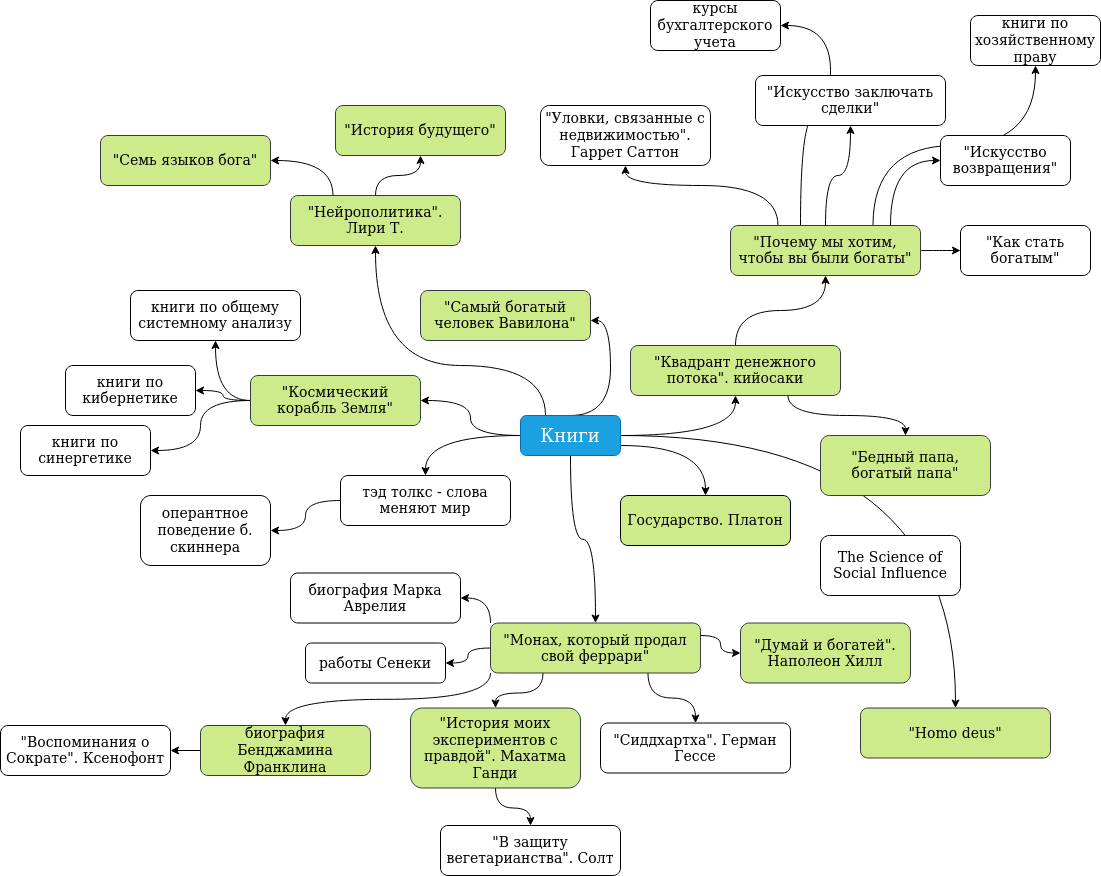
This is books.png from Sagleft/book-mindmaps, a draw.io export, as it was before one commit. Source tidied: cells renumbered, new cells last; positions are measured from the earlier drawing's top-left corner, leaving out a move shared by most shapes.
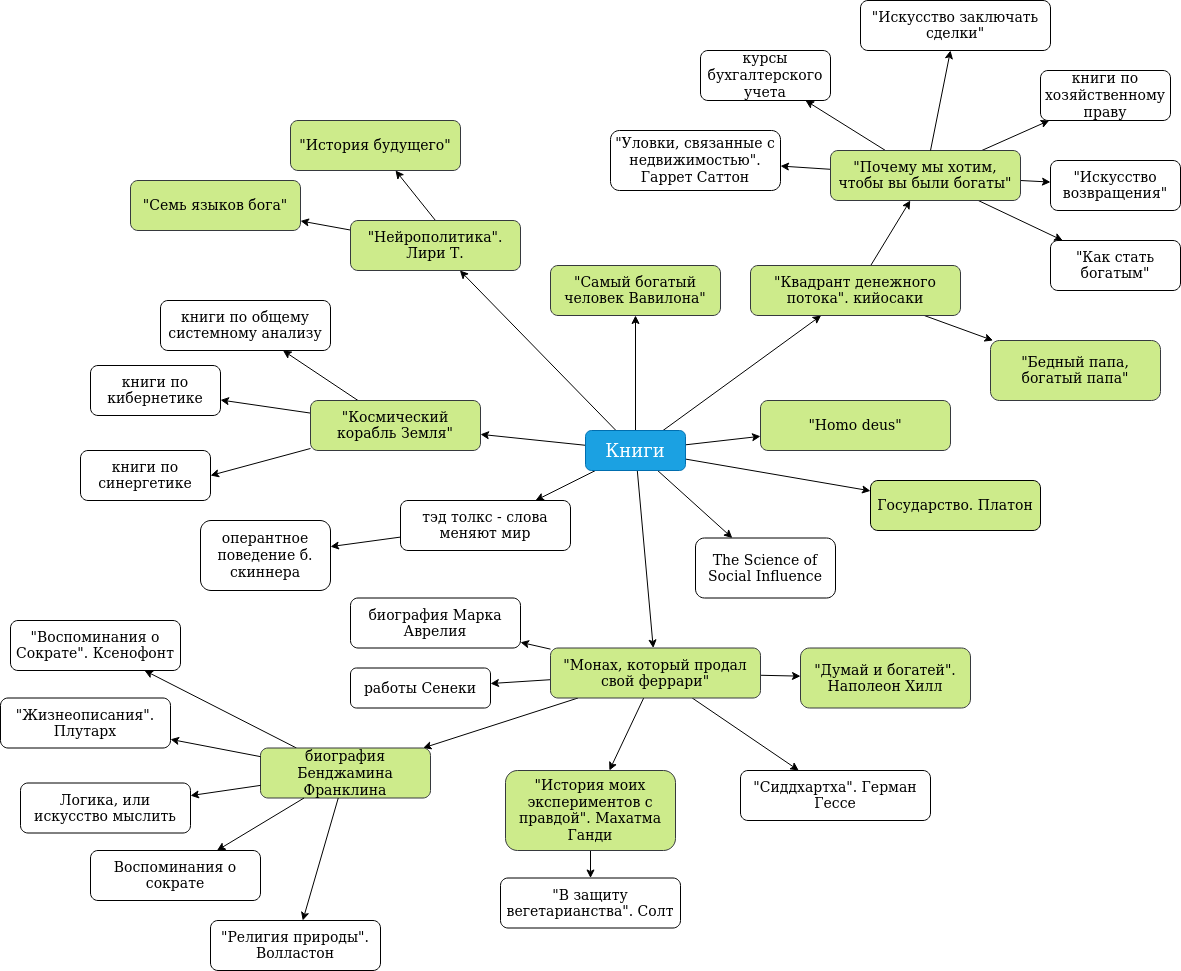
The same file after the commit.

What changed in the source:
```diff
@@ -4,46 +4,39 @@
     <mxCell id="1" parent="0" />
-    <mxCell id="2" style="edgeStyle=orthogonalEdgeStyle;curved=1;rounded=0;jettySize=auto;html=1;fontSize=18;" parent="1" edge="1" source="11" target="14">
+    <mxCell id="2" style="rounded=0;jettySize=auto;html=1;fontSize=18;" parent="1" edge="1" source="11" target="14">
       <mxGeometry relative="1" as="geometry" />
     </mxCell>
-    <mxCell id="3" style="edgeStyle=orthogonalEdgeStyle;curved=1;rounded=0;jettySize=auto;html=1;fontSize=14;" parent="1" edge="1" source="11" target="27">
+    <mxCell id="3" style="rounded=0;jettySize=auto;html=1;fontSize=14;" parent="1" edge="1" source="11" target="27">
       <mxGeometry relative="1" as="geometry" />
     </mxCell>
-    <mxCell id="4" style="edgeStyle=orthogonalEdgeStyle;curved=1;rounded=0;jettySize=auto;html=1;exitX=0.5;exitY=0;exitDx=0;exitDy=0;fontSize=14;" parent="1" edge="1" source="11" target="28">
-      <mxGeometry relative="1" as="geometry">
-        <Array as="points">
-          <mxPoint x="610" y="415" />
-          <mxPoint x="610" y="320" />
-        </Array>
-      </mxGeometry>
+    <mxCell id="4" style="rounded=0;jettySize=auto;html=1;fontSize=14;" parent="1" edge="1" source="11" target="28">
+      <mxGeometry relative="1" as="geometry" />
     </mxCell>
-    <mxCell id="5" style="edgeStyle=orthogonalEdgeStyle;jettySize=auto;html=1;curved=1;" parent="1" edge="1" source="11" target="39">
+    <mxCell id="5" style="jettySize=auto;html=1;" parent="1" edge="1" source="11" target="39">
       <mxGeometry relative="1" as="geometry" />
     </mxCell>
-    <mxCell id="6" style="edgeStyle=orthogonalEdgeStyle;jettySize=auto;html=1;exitX=0;exitY=0.5;exitDx=0;exitDy=0;curved=1;" parent="1" edge="1" source="11" target="48">
+    <mxCell id="6" style="jettySize=auto;html=1;" parent="1" edge="1" source="11" target="48">
       <mxGeometry relative="1" as="geometry" />
     </mxCell>
-    <mxCell id="7" style="edgeStyle=orthogonalEdgeStyle;curved=1;jettySize=auto;html=1;exitX=0.25;exitY=0;exitDx=0;exitDy=0;" parent="1" edge="1" source="11" target="56">
-      <mxGeometry relative="1" as="geometry">
-        <Array as="points">
-          <mxPoint x="545" y="365" />
-          <mxPoint x="375" y="365" />
-        </Array>
-      </mxGeometry>
+    <mxCell id="7" style="jettySize=auto;html=1;" parent="1" edge="1" source="11" target="56">
+      <mxGeometry relative="1" as="geometry" />
     </mxCell>
-    <mxCell id="8" style="edgeStyle=orthogonalEdgeStyle;jettySize=auto;html=1;curved=1;" parent="1" edge="1" source="11" target="60">
+    <mxCell id="8" style="jettySize=auto;html=1;" parent="1" edge="1" source="11" target="60">
       <mxGeometry relative="1" as="geometry" />
     </mxCell>
-    <mxCell id="9" style="edgeStyle=orthogonalEdgeStyle;jettySize=auto;html=1;curved=1;" parent="1" edge="1" source="60" target="61">
+    <mxCell id="9" style="jettySize=auto;html=1;" parent="1" edge="1" source="60" target="61">
       <mxGeometry relative="1" as="geometry" />
     </mxCell>
-    <mxCell id="10" style="edgeStyle=orthogonalEdgeStyle;curved=1;jettySize=auto;html=1;exitX=1;exitY=0.75;exitDx=0;exitDy=0;" parent="1" edge="1" source="11" target="62">
+    <mxCell id="10" style="jettySize=auto;html=1;" parent="1" edge="1" source="11" target="62">
       <mxGeometry relative="1" as="geometry" />
     </mxCell>
+    <mxCell id="64" style="edgeStyle=none;rounded=0;jettySize=auto;html=1;" parent="1" edge="1" source="11" target="63">
+      <mxGeometry relative="1" as="geometry" />
+    </mxCell>
     <mxCell id="11" value="Книги" style="whiteSpace=wrap;html=1;fontSize=18;rounded=1;fillColor=#1ba1e2;strokeColor=#006EAF;fontColor=#ffffff;" parent="1" vertex="1">
-      <mxGeometry x="520" y="415" width="100" height="40" as="geometry" />
+      <mxGeometry x="525" y="405" width="100" height="40" as="geometry" />
     </mxCell>
-    <mxCell id="12" style="edgeStyle=orthogonalEdgeStyle;curved=1;rounded=0;jettySize=auto;html=1;exitX=0.5;exitY=0;exitDx=0;exitDy=0;fontSize=14;" parent="1" edge="1" source="14" target="20">
+    <mxCell id="12" style="rounded=0;jettySize=auto;html=1;fontSize=14;" parent="1" edge="1" source="14" target="20">
       <mxGeometry relative="1" as="geometry" />
     </mxCell>
-    <mxCell id="13" style="edgeStyle=orthogonalEdgeStyle;curved=1;jettySize=auto;html=1;exitX=0.75;exitY=1;exitDx=0;exitDy=0;" parent="1" edge="1" source="14" target="33">
+    <mxCell id="13" style="jettySize=auto;html=1;" parent="1" edge="1" source="14" target="33">
       <mxGeometry relative="1" as="geometry" />
@@ -51,32 +44,17 @@
     <mxCell id="14" value="&quot;Квадрант денежного потока&quot;. кийосаки" style="whiteSpace=wrap;html=1;fontSize=14;rounded=1;fillColor=#cdeb8b;strokeColor=#36393d;" parent="1" vertex="1">
-      <mxGeometry x="630" y="345" width="210" height="50" as="geometry" />
+      <mxGeometry x="690" y="240" width="210" height="50" as="geometry" />
     </mxCell>
-    <mxCell id="15" style="edgeStyle=orthogonalEdgeStyle;curved=1;jettySize=auto;html=1;" parent="1" edge="1" source="20" target="29">
-      <mxGeometry relative="1" as="geometry">
-        <Array as="points">
-          <mxPoint x="890" y="160" />
-        </Array>
-      </mxGeometry>
+    <mxCell id="15" style="jettySize=auto;html=1;" parent="1" edge="1" source="20" target="29">
+      <mxGeometry relative="1" as="geometry" />
     </mxCell>
-    <mxCell id="16" style="edgeStyle=orthogonalEdgeStyle;curved=1;jettySize=auto;html=1;exitX=1;exitY=0.5;exitDx=0;exitDy=0;" parent="1" edge="1" source="20" target="30">
+    <mxCell id="16" style="jettySize=auto;html=1;" parent="1" edge="1" source="20" target="30">
       <mxGeometry relative="1" as="geometry" />
     </mxCell>
-    <mxCell id="17" style="edgeStyle=orthogonalEdgeStyle;curved=1;jettySize=auto;html=1;exitX=0.25;exitY=0;exitDx=0;exitDy=0;" parent="1" edge="1" source="20" target="31">
-      <mxGeometry relative="1" as="geometry">
-        <Array as="points">
-          <mxPoint x="778" y="185" />
-          <mxPoint x="625" y="185" />
-        </Array>
-      </mxGeometry>
+    <mxCell id="17" style="jettySize=auto;html=1;" parent="1" edge="1" source="20" target="31">
+      <mxGeometry relative="1" as="geometry" />
     </mxCell>
-    <mxCell id="18" style="edgeStyle=orthogonalEdgeStyle;jettySize=auto;html=1;curved=1;" parent="1" edge="1" source="20" target="41">
-      <mxGeometry relative="1" as="geometry">
-        <Array as="points">
-          <mxPoint x="800" y="115" />
-          <mxPoint x="830" y="115" />
-          <mxPoint x="830" y="25" />
-        </Array>
-      </mxGeometry>
+    <mxCell id="18" style="jettySize=auto;html=1;" parent="1" edge="1" source="20" target="41">
+      <mxGeometry relative="1" as="geometry" />
     </mxCell>
-    <mxCell id="19" style="edgeStyle=orthogonalEdgeStyle;curved=1;jettySize=auto;html=1;exitX=0.75;exitY=0;exitDx=0;exitDy=0;" parent="1" edge="1" source="20" target="40">
+    <mxCell id="19" style="jettySize=auto;html=1;" parent="1" edge="1" source="20" target="40">
       <mxGeometry relative="1" as="geometry" />
@@ -84,20 +62,20 @@
     <mxCell id="20" value="&quot;Почему мы хотим, чтобы вы были богаты&quot;" style="whiteSpace=wrap;html=1;fontSize=14;rounded=1;fillColor=#cdeb8b;strokeColor=#36393d;" parent="1" vertex="1">
-      <mxGeometry x="730" y="225" width="190" height="50" as="geometry" />
+      <mxGeometry x="770" y="125" width="190" height="50" as="geometry" />
     </mxCell>
-    <mxCell id="21" style="edgeStyle=orthogonalEdgeStyle;jettySize=auto;html=1;exitX=0;exitY=0;exitDx=0;exitDy=0;curved=1;" parent="1" edge="1" source="27" target="37">
+    <mxCell id="21" style="jettySize=auto;html=1;" parent="1" edge="1" source="27" target="37">
       <mxGeometry relative="1" as="geometry" />
     </mxCell>
-    <mxCell id="22" style="edgeStyle=orthogonalEdgeStyle;curved=1;jettySize=auto;html=1;exitX=0;exitY=0.5;exitDx=0;exitDy=0;" parent="1" edge="1" source="27" target="38">
+    <mxCell id="22" style="jettySize=auto;html=1;" parent="1" edge="1" source="27" target="38">
       <mxGeometry relative="1" as="geometry" />
     </mxCell>
-    <mxCell id="23" style="edgeStyle=orthogonalEdgeStyle;curved=1;jettySize=auto;html=1;exitX=0.25;exitY=1;exitDx=0;exitDy=0;" parent="1" edge="1" source="27" target="36">
+    <mxCell id="23" style="jettySize=auto;html=1;" parent="1" edge="1" source="27" target="36">
       <mxGeometry relative="1" as="geometry" />
     </mxCell>
-    <mxCell id="24" style="edgeStyle=orthogonalEdgeStyle;curved=1;jettySize=auto;html=1;exitX=0.75;exitY=1;exitDx=0;exitDy=0;" parent="1" edge="1" source="27" target="34">
+    <mxCell id="24" style="jettySize=auto;html=1;" parent="1" edge="1" source="27" target="34">
       <mxGeometry relative="1" as="geometry" />
     </mxCell>
-    <mxCell id="25" style="edgeStyle=orthogonalEdgeStyle;jettySize=auto;html=1;exitX=1;exitY=0.25;exitDx=0;exitDy=0;curved=1;" parent="1" edge="1" source="27" target="32">
+    <mxCell id="25" style="jettySize=auto;html=1;" parent="1" edge="1" source="27" target="32">
       <mxGeometry relative="1" as="geometry" />
     </mxCell>
-    <mxCell id="26" style="edgeStyle=orthogonalEdgeStyle;curved=1;jettySize=auto;html=1;exitX=0;exitY=1;exitDx=0;exitDy=0;" parent="1" edge="1" source="27" target="51">
+    <mxCell id="26" style="jettySize=auto;html=1;" parent="1" edge="1" source="27" target="51">
       <mxGeometry relative="1" as="geometry" />
@@ -108,12 +86,12 @@
     <mxCell id="28" value="&quot;Самый богатый человек Вавилона&quot;" style="whiteSpace=wrap;html=1;fontSize=14;rounded=1;fillColor=#cdeb8b;strokeColor=#36393d;" parent="1" vertex="1">
-      <mxGeometry x="420" y="290" width="170" height="50" as="geometry" />
+      <mxGeometry x="490" y="240" width="170" height="50" as="geometry" />
     </mxCell>
     <mxCell id="29" value="&quot;Искусство возвращения&quot;" style="whiteSpace=wrap;html=1;fontSize=14;rounded=1;" parent="1" vertex="1">
-      <mxGeometry x="940" y="135" width="130" height="50" as="geometry" />
+      <mxGeometry x="990" y="135" width="130" height="50" as="geometry" />
     </mxCell>
     <mxCell id="30" value="&quot;Как стать богатым&quot;" style="whiteSpace=wrap;html=1;fontSize=14;rounded=1;" parent="1" vertex="1">
-      <mxGeometry x="960" y="225" width="130" height="50" as="geometry" />
+      <mxGeometry x="990" y="215" width="130" height="50" as="geometry" />
     </mxCell>
     <mxCell id="31" value="&quot;Уловки, связанные с недвижимостью&quot;. Гаррет Саттон" style="whiteSpace=wrap;html=1;fontSize=14;rounded=1;" parent="1" vertex="1">
-      <mxGeometry x="540" y="105" width="170" height="60" as="geometry" />
+      <mxGeometry x="550" y="105" width="170" height="60" as="geometry" />
     </mxCell>
@@ -123,8 +101,8 @@
     <mxCell id="33" value="&quot;Бедный папа, богатый папа&quot;" style="whiteSpace=wrap;html=1;fontSize=14;rounded=1;fillColor=#cdeb8b;strokeColor=#36393d;" parent="1" vertex="1">
-      <mxGeometry x="820" y="435" width="170" height="60" as="geometry" />
+      <mxGeometry x="930" y="315" width="170" height="60" as="geometry" />
     </mxCell>
     <mxCell id="34" value="&quot;Сиддхартха&quot;. Герман Гессе" style="whiteSpace=wrap;html=1;fontSize=14;rounded=1;" parent="1" vertex="1">
-      <mxGeometry x="600" y="722.5" width="190" height="50" as="geometry" />
+      <mxGeometry x="680" y="745" width="190" height="50" as="geometry" />
     </mxCell>
-    <mxCell id="35" style="edgeStyle=orthogonalEdgeStyle;jettySize=auto;html=1;exitX=0.5;exitY=1;exitDx=0;exitDy=0;curved=1;" parent="1" edge="1" source="36" target="44">
+    <mxCell id="35" style="jettySize=auto;html=1;" parent="1" edge="1" source="36" target="44">
       <mxGeometry relative="1" as="geometry" />
@@ -132,3 +110,3 @@
     <mxCell id="36" value="&quot;История моих экспериментов с правдой&quot;. Махатма Ганди" style="whiteSpace=wrap;html=1;fontSize=14;rounded=1;fillColor=#cdeb8b;strokeColor=#36393d;" parent="1" vertex="1">
-      <mxGeometry x="410" y="707.5" width="170" height="80" as="geometry" />
+      <mxGeometry x="445" y="745" width="170" height="80" as="geometry" />
     </mxCell>
@@ -138,17 +116,17 @@
     <mxCell id="38" value="работы Сенеки" style="whiteSpace=wrap;html=1;fontSize=14;rounded=1;" parent="1" vertex="1">
-      <mxGeometry x="305" y="642.5" width="140" height="40" as="geometry" />
+      <mxGeometry x="290" y="642.5" width="140" height="40" as="geometry" />
     </mxCell>
     <mxCell id="39" value="&quot;Homo deus&quot;" style="whiteSpace=wrap;html=1;fontSize=14;rounded=1;fillColor=#cdeb8b;strokeColor=#36393d;" parent="1" vertex="1">
-      <mxGeometry x="860" y="707.5" width="190" height="50" as="geometry" />
+      <mxGeometry x="700" y="375" width="190" height="50" as="geometry" />
     </mxCell>
     <mxCell id="40" value="книги по хозяйственному праву" style="whiteSpace=wrap;html=1;fontSize=14;rounded=1;" parent="1" vertex="1">
-      <mxGeometry x="970" y="15" width="130" height="50" as="geometry" />
+      <mxGeometry x="980" y="45" width="130" height="50" as="geometry" />
     </mxCell>
     <mxCell id="41" value="курсы бухгалтерского учета" style="whiteSpace=wrap;html=1;fontSize=14;rounded=1;" parent="1" vertex="1">
-      <mxGeometry x="650" width="130" height="50" as="geometry" />
+      <mxGeometry x="640" y="25" width="130" height="50" as="geometry" />
     </mxCell>
     <mxCell id="42" value="&quot;Искусство заключать сделки&quot;" style="whiteSpace=wrap;html=1;fontSize=14;rounded=1;" parent="1" vertex="1">
-      <mxGeometry x="755" y="75" width="190" height="50" as="geometry" />
+      <mxGeometry x="800" y="-25" width="190" height="50" as="geometry" />
     </mxCell>
-    <mxCell id="43" style="edgeStyle=orthogonalEdgeStyle;jettySize=auto;html=1;exitX=0.5;exitY=0;exitDx=0;exitDy=0;curved=1;" parent="1" edge="1" source="20" target="42">
+    <mxCell id="43" style="jettySize=auto;html=1;" parent="1" edge="1" source="20" target="42">
       <mxGeometry relative="1" as="geometry" />
@@ -156,11 +134,11 @@
     <mxCell id="44" value="&quot;В защиту вегетарианства&quot;. Солт" style="whiteSpace=wrap;html=1;fontSize=14;rounded=1;" parent="1" vertex="1">
-      <mxGeometry x="440" y="825" width="180" height="50" as="geometry" />
+      <mxGeometry x="440" y="852.5" width="180" height="50" as="geometry" />
     </mxCell>
-    <mxCell id="45" style="edgeStyle=orthogonalEdgeStyle;curved=1;jettySize=auto;html=1;exitX=0;exitY=0.5;exitDx=0;exitDy=0;" parent="1" edge="1" source="48" target="49">
+    <mxCell id="45" style="jettySize=auto;html=1;" parent="1" edge="1" source="48" target="49">
       <mxGeometry relative="1" as="geometry" />
     </mxCell>
-    <mxCell id="46" style="edgeStyle=orthogonalEdgeStyle;curved=1;jettySize=auto;html=1;exitX=0;exitY=0.5;exitDx=0;exitDy=0;" parent="1" edge="1" source="48" target="52">
+    <mxCell id="46" style="jettySize=auto;html=1;" parent="1" edge="1" source="48" target="52">
       <mxGeometry relative="1" as="geometry" />
     </mxCell>
-    <mxCell id="47" style="edgeStyle=orthogonalEdgeStyle;curved=1;jettySize=auto;html=1;exitX=0;exitY=0.5;exitDx=0;exitDy=0;entryX=1;entryY=0.5;entryDx=0;entryDy=0;" parent="1" edge="1" source="48" target="53">
+    <mxCell id="47" style="jettySize=auto;html=1;entryX=1;entryY=0.5;entryDx=0;entryDy=0;" parent="1" edge="1" source="48" target="53">
       <mxGeometry relative="1" as="geometry" />
@@ -171,5 +149,5 @@
     <mxCell id="49" value="книги по общему системному анализу" style="whiteSpace=wrap;html=1;fontSize=14;rounded=1;" parent="1" vertex="1">
-      <mxGeometry x="130" y="290" width="170" height="50" as="geometry" />
+      <mxGeometry x="100" y="275" width="170" height="50" as="geometry" />
     </mxCell>
-    <mxCell id="50" style="edgeStyle=orthogonalEdgeStyle;rounded=0;jettySize=auto;html=1;exitX=0;exitY=0.5;exitDx=0;exitDy=0;" parent="1" edge="1" source="51" target="59">
+    <mxCell id="50" style="rounded=0;jettySize=auto;html=1;" parent="1" edge="1" source="51" target="59">
       <mxGeometry relative="1" as="geometry" />
@@ -177,6 +155,6 @@
     <mxCell id="51" value="биография Бенджамина Франклина" style="whiteSpace=wrap;html=1;fontSize=14;rounded=1;fillColor=#cdeb8b;strokeColor=#36393d;" parent="1" vertex="1">
-      <mxGeometry x="200" y="725" width="170" height="50" as="geometry" />
+      <mxGeometry x="200" y="722.5" width="170" height="50" as="geometry" />
     </mxCell>
     <mxCell id="52" value="книги по кибернетике" style="whiteSpace=wrap;html=1;fontSize=14;rounded=1;" parent="1" vertex="1">
-      <mxGeometry x="65" y="365" width="130" height="50" as="geometry" />
+      <mxGeometry x="30" y="340" width="130" height="50" as="geometry" />
     </mxCell>
@@ -185,6 +163,6 @@
     </mxCell>
-    <mxCell id="54" style="edgeStyle=orthogonalEdgeStyle;curved=1;jettySize=auto;html=1;exitX=0.5;exitY=0;exitDx=0;exitDy=0;" parent="1" edge="1" source="56" target="57">
+    <mxCell id="54" style="jettySize=auto;html=1;exitX=0.5;exitY=0;exitDx=0;exitDy=0;" parent="1" edge="1" source="56" target="57">
       <mxGeometry relative="1" as="geometry" />
     </mxCell>
-    <mxCell id="55" style="edgeStyle=orthogonalEdgeStyle;curved=1;jettySize=auto;html=1;exitX=0.25;exitY=0;exitDx=0;exitDy=0;entryX=1;entryY=0.5;entryDx=0;entryDy=0;" parent="1" edge="1" source="56" target="58">
+    <mxCell id="55" style="jettySize=auto;html=1;" parent="1" edge="1" source="56" target="58">
       <mxGeometry relative="1" as="geometry" />
@@ -195,9 +173,9 @@
     <mxCell id="57" value="&quot;История будущего&quot;" style="whiteSpace=wrap;html=1;fontSize=14;rounded=1;fillColor=#cdeb8b;strokeColor=#36393d;" parent="1" vertex="1">
-      <mxGeometry x="335" y="105" width="170" height="50" as="geometry" />
+      <mxGeometry x="230" y="95" width="170" height="50" as="geometry" />
     </mxCell>
     <mxCell id="58" value="&quot;Семь языков бога&quot;" style="whiteSpace=wrap;html=1;fontSize=14;rounded=1;fillColor=#cdeb8b;strokeColor=#36393d;" parent="1" vertex="1">
-      <mxGeometry x="100" y="135" width="170" height="50" as="geometry" />
+      <mxGeometry x="70" y="155" width="170" height="50" as="geometry" />
     </mxCell>
     <mxCell id="59" value="&quot;Воспоминания о Сократе&quot;. Ксенофонт" style="whiteSpace=wrap;html=1;fontSize=14;rounded=1;" parent="1" vertex="1">
-      <mxGeometry y="725" width="170" height="50" as="geometry" />
+      <mxGeometry x="-50" y="595" width="170" height="50" as="geometry" />
     </mxCell>
@@ -210,7 +188,31 @@
     <mxCell id="62" value="Государство. Платон" style="whiteSpace=wrap;html=1;fontSize=14;rounded=1;fillColor=#CDEB8B;" parent="1" vertex="1">
-      <mxGeometry x="620" y="495" width="170" height="50" as="geometry" />
+      <mxGeometry x="810" y="455" width="170" height="50" as="geometry" />
     </mxCell>
     <mxCell id="63" value="The Science of Social Influence" style="rounded=1;whiteSpace=wrap;html=1;fontSize=14;" parent="1" vertex="1">
-      <mxGeometry x="820" y="535" width="140" height="60" as="geometry" />
+      <mxGeometry x="635" y="512.5" width="140" height="60" as="geometry" />
     </mxCell>
+    <mxCell id="65" value="&quot;Жизнеописания&quot;. Плутарх" style="whiteSpace=wrap;html=1;fontSize=14;rounded=1;" parent="1" vertex="1">
+      <mxGeometry x="-60" y="672.5" width="170" height="50" as="geometry" />
+    </mxCell>
+    <mxCell id="66" style="edgeStyle=none;rounded=0;jettySize=auto;html=1;" parent="1" edge="1" source="51" target="68">
+      <mxGeometry relative="1" as="geometry" />
+    </mxCell>
+    <mxCell id="67" value="Логика, или искусство мыслить" style="whiteSpace=wrap;html=1;fontSize=14;rounded=1;" parent="1" vertex="1">
+      <mxGeometry x="-40" y="757.5" width="170" height="50" as="geometry" />
+    </mxCell>
+    <mxCell id="68" value="Воспоминания о сократе" style="whiteSpace=wrap;html=1;fontSize=14;rounded=1;" parent="1" vertex="1">
+      <mxGeometry x="30" y="825" width="170" height="50" as="geometry" />
+    </mxCell>
+    <mxCell id="69" value="&quot;Религия природы&quot;. Волластон" style="whiteSpace=wrap;html=1;fontSize=14;rounded=1;" parent="1" vertex="1">
+      <mxGeometry x="150" y="895" width="170" height="50" as="geometry" />
+    </mxCell>
+    <mxCell id="70" style="rounded=0;jettySize=auto;html=1;" parent="1" edge="1" source="51" target="65">
+      <mxGeometry relative="1" as="geometry" />
+    </mxCell>
+    <mxCell id="71" style="rounded=0;jettySize=auto;html=1;" parent="1" edge="1" source="51" target="67">
+      <mxGeometry relative="1" as="geometry" />
+    </mxCell>
+    <mxCell id="72" style="rounded=0;jettySize=auto;html=1;" parent="1" edge="1" source="51" target="69">
+      <mxGeometry relative="1" as="geometry" />
+    </mxCell>
   </root>
```
